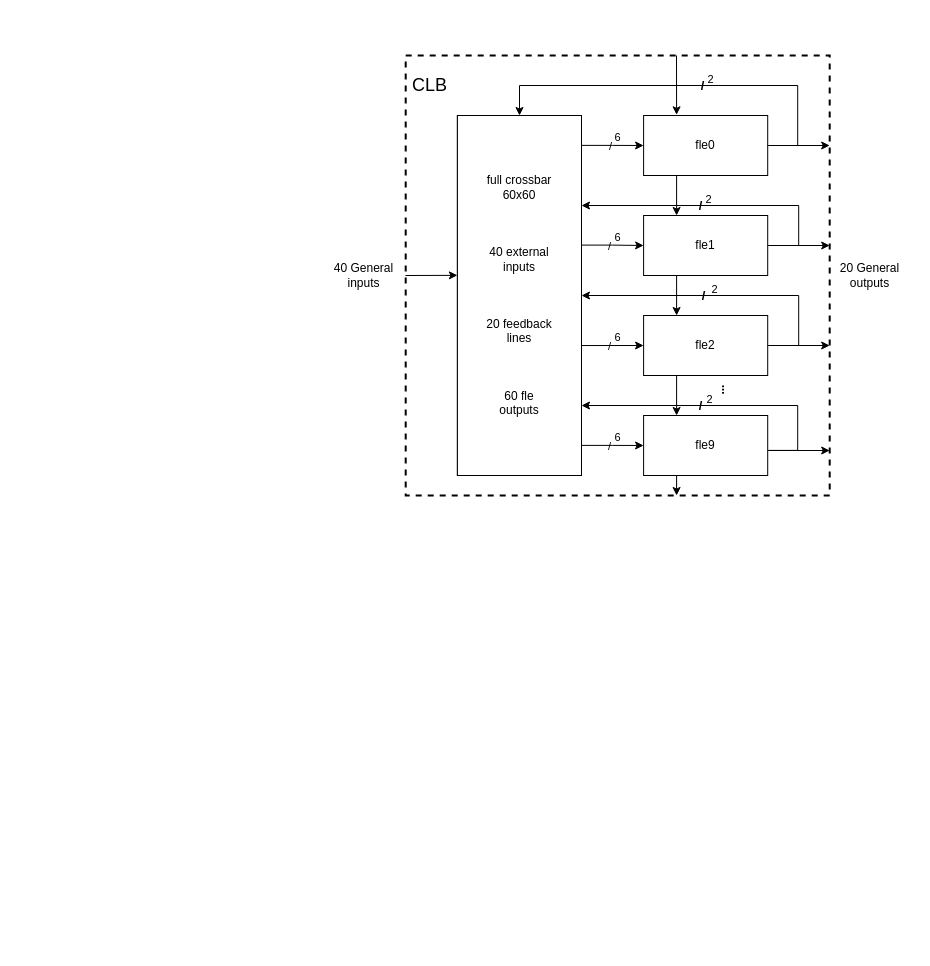
The draw.io diagram efpga/未命名绘图.drawio in narutozxp/iodraw, before the edit. Source tidied: cells renumbered, new cells numbered last; positions are measured from the earlier drawing's top-left corner, leaving out a move shared by most shapes. Both pictures are drawn from the tidied source at 100%, with x=0, y=0 at pixel (307, 55).
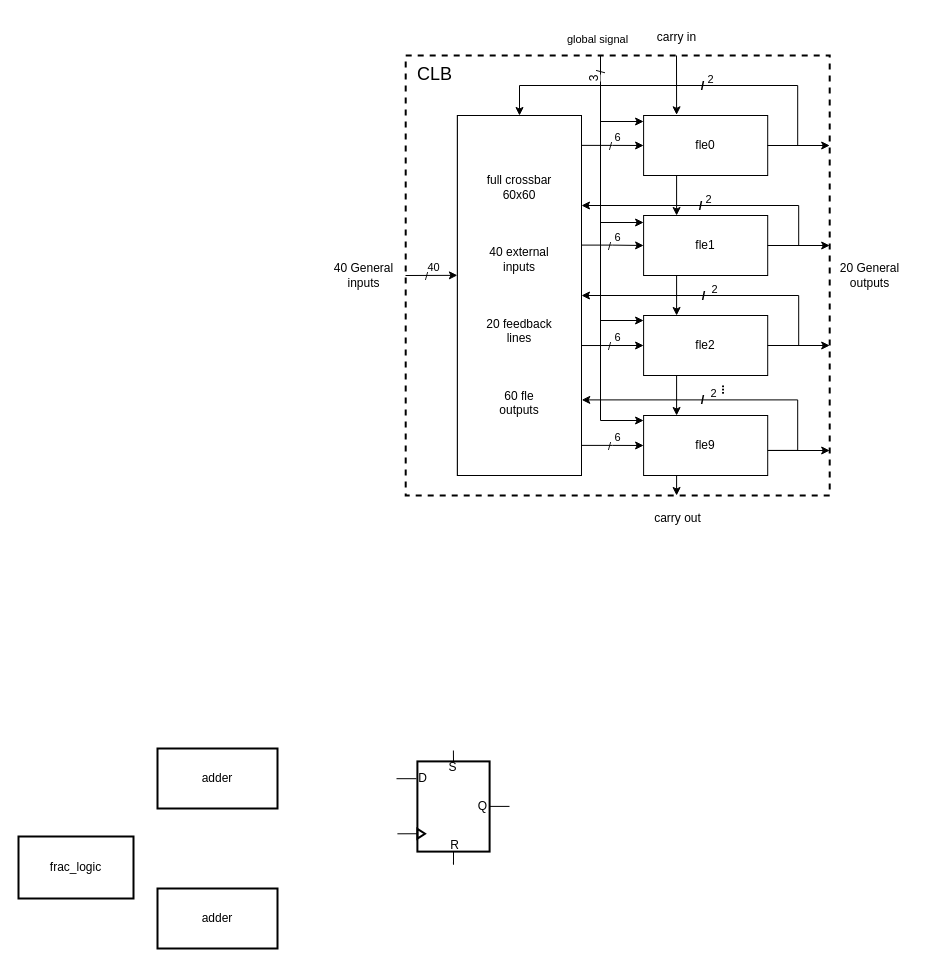
After the change.

Commit message:
更新未命名绘图.drawio

Unchanged cells that the change refers to:
```xml
<mxCell id="3" style="group;fontStyle=0;fontSize=18;strokeWidth=2;fillColor=none;perimeterSpacing=5;strokeColor=default;dashed=1;fontColor=none;noLabel=1;" parent="2" vertex="1">
  <mxGeometry x="98.2" width="424" height="440" as="geometry" />
</mxCell>
<mxCell id="9" value="fle9" style="rounded=0;whiteSpace=wrap;html=1;" parent="3" vertex="1">
  <mxGeometry x="237.9" y="360" width="124.1" height="60" as="geometry" />
</mxCell>
<mxCell id="27" value="full crossbar&lt;br&gt;60x60&lt;br&gt;&lt;br&gt;&lt;br&gt;&lt;br&gt;40 external&lt;br&gt;inputs&lt;br&gt;&lt;br&gt;&lt;br&gt;&lt;br&gt;20 feedback&lt;br&gt;lines&lt;br&gt;&lt;br&gt;&lt;br&gt;&lt;br&gt;60 fle&lt;br&gt;outputs" style="rounded=0;whiteSpace=wrap;html=1;points=[[0,0,0,0,0],[0,0.25,0,0,0],[0,0.5,0,0,0],[0,0.75,0,0,0],[0,1,0,0,0],[0.25,0,0,0,0],[0.25,1,0,0,0],[0.5,0,0,0,0],[0.5,1,0,0,0],[0.75,0,0,0,0],[0.75,1,0,0,0],[1,0,0,0,0],[1,0.2,0,0,0],[1,0.25,0,0,0],[1,0.33,0,0,0],[1,0.4,0,0,0],[1,0.5,0,0,0],[1,0.6,0,0,0],[1,0.67,0,0,0],[1,0.75,0,0,0],[1,0.8,0,0,0],[1,1,0,0,0]];" parent="3" vertex="1">
  <mxGeometry x="51.7" y="60" width="124.1" height="360" as="geometry" />
</mxCell>
```

What changed in the source:
```diff
@@
+    <mxCell id="50" style="group;" parent="1" vertex="1">
+      <mxGeometry x="89" y="695" width="113" height="114" as="geometry" />
+    </mxCell>
+    <mxCell id="51" value="R" style="text;html=1;align=center;verticalAlign=middle;strokeColor=none;fillColor=none;fontSize=12;fontColor=none;" parent="50" vertex="1">
+      <mxGeometry x="43.7" y="81.3" width="28" height="27" as="geometry" />
+    </mxCell>
+    <mxCell id="52" style="triangle;whiteSpace=wrap;html=1;labelBackgroundColor=none;labelBorderColor=none;strokeColor=default;strokeWidth=2;fontSize=12;fontColor=none;fillColor=default;" parent="50" vertex="1">
+      <mxGeometry x="20.9" y="78.3" width="7.6" height="9.9" as="geometry" />
+    </mxCell>
+    <mxCell id="53" value="D" style="text;html=1;align=center;verticalAlign=middle;strokeColor=none;fillColor=none;fontSize=12;fontColor=none;" parent="50" vertex="1">
+      <mxGeometry x="12.3" y="14.9" width="28" height="27" as="geometry" />
+    </mxCell>
+    <mxCell id="54" value="S" style="text;html=1;align=center;verticalAlign=middle;strokeColor=none;fillColor=none;fontSize=12;fontColor=none;" parent="50" vertex="1">
+      <mxGeometry x="42.7" y="3" width="27" height="27" as="geometry" />
+    </mxCell>
+    <mxCell id="55" value="Q" style="text;html=1;align=center;verticalAlign=middle;strokeColor=none;fillColor=none;fontSize=12;fontColor=none;" parent="50" vertex="1">
+      <mxGeometry x="72.2" y="42.6" width="28" height="27" as="geometry" />
+    </mxCell>
+    <mxCell id="56" style="rounded=0;whiteSpace=wrap;html=1;labelBackgroundColor=none;labelBorderColor=none;strokeColor=default;strokeWidth=2;fontSize=12;fontColor=none;fillColor=none;" parent="50" vertex="1">
+      <mxGeometry x="20.9" y="10.9" width="72.2" height="90.2" as="geometry" />
+    </mxCell>
+    <mxCell id="57" style="edgeStyle=none;rounded=0;jettySize=auto;html=0;exitX=0.5;exitY=1;exitDx=0;exitDy=0;labelBorderColor=none;fontSize=12;fontColor=none;startArrow=none;startFill=0;endArrow=none;endFill=0;" parent="50" edge="1" source="56">
+      <mxGeometry relative="1" as="geometry">
+        <mxPoint x="56.9" y="112" as="targetPoint" />
+        <Array as="points">
+          <mxPoint x="57" y="114" />
+        </Array>
+      </mxGeometry>
+    </mxCell>
+    <mxCell id="58" style="rounded=0;jettySize=auto;html=0;exitX=0;exitY=0.5;exitDx=0;exitDy=0;labelBorderColor=none;fontSize=12;fontColor=none;startArrow=none;startFill=0;endArrow=none;endFill=0;" parent="50" edge="1" source="52">
+      <mxGeometry relative="1" as="geometry">
+        <mxPoint x="0.9" y="83.3" as="targetPoint" />
+      </mxGeometry>
+    </mxCell>
+    <mxCell id="59" style="edgeStyle=none;rounded=0;jettySize=auto;html=0;exitX=0.5;exitY=0;exitDx=0;exitDy=0;labelBorderColor=none;fontSize=12;fontColor=none;startArrow=none;startFill=0;endArrow=none;endFill=0;" parent="50" edge="1" source="56">
+      <mxGeometry relative="1" as="geometry">
+        <mxPoint x="56.9" as="targetPoint" />
+      </mxGeometry>
+    </mxCell>
+    <mxCell id="60" style="rounded=0;orthogonalLoop=1;jettySize=auto;html=0;exitX=0;exitY=0.5;exitDx=0;exitDy=0;labelBorderColor=none;fontSize=12;fontColor=none;startArrow=none;startFill=0;endArrow=none;endFill=0;" parent="50" edge="1">
+      <mxGeometry relative="1" as="geometry">
+        <mxPoint x="19.9" y="28.2" as="sourcePoint" />
+        <mxPoint y="28.2" as="targetPoint" />
+      </mxGeometry>
+    </mxCell>
+    <mxCell id="61" style="rounded=0;orthogonalLoop=1;jettySize=auto;html=0;exitX=0;exitY=0.5;exitDx=0;exitDy=0;labelBorderColor=none;fontSize=12;fontColor=none;startArrow=none;startFill=0;endArrow=none;endFill=0;" parent="50" edge="1">
+      <mxGeometry relative="1" as="geometry">
+        <mxPoint x="113" y="55.9" as="sourcePoint" />
+        <mxPoint x="93.1" y="55.9" as="targetPoint" />
+      </mxGeometry>
+    </mxCell>
-    <mxCell id="2" style="group;" parent="1" vertex="1">
+    <mxCell id="2" style="group;horizontal=1;" parent="1" vertex="1">
       <mxGeometry width="605" height="440" as="geometry" />
     </mxCell>
@@
-    <mxCell id="23" style="edgeStyle=orthogonalEdgeStyle;rounded=0;jettySize=auto;entryX=1.008;entryY=0.193;entryDx=0;entryDy=0;entryPerimeter=0;endArrow=classic;endFill=1;startArrow=none;startFill=0;horizontal=1;labelBorderColor=none;verticalAlign=bottom;exitX=1.005;exitY=0.582;exitDx=0;exitDy=0;exitPerimeter=0;" parent="3" edge="1" source="9">
+    <mxCell id="23" style="edgeStyle=orthogonalEdgeStyle;rounded=0;jettySize=auto;entryX=1.002;entryY=0.79;entryDx=0;entryDy=0;entryPerimeter=0;endArrow=classic;endFill=1;startArrow=none;startFill=0;horizontal=1;labelBorderColor=none;verticalAlign=bottom;exitX=1.005;exitY=0.582;exitDx=0;exitDy=0;exitPerimeter=0;" parent="3" edge="1" source="9" target="27">
       <mxGeometry relative="1" as="geometry">
-        <mxPoint x="175.8" y="350" as="targetPoint" />
         <Array as="points">
           <mxPoint x="392" y="395" />
-          <mxPoint x="392" y="350" />
+          <mxPoint x="392" y="344" />
+          <mxPoint x="176" y="344" />
         </Array>
       </mxGeometry>
     </mxCell>
@@
+    <mxCell id="62" style="endArrow=none;html=1;rounded=0;labelBorderColor=none;fontSize=18;fontColor=none;" parent="3" edge="1">
+      <mxGeometry relative="1" as="geometry">
+        <mxPoint x="194.8" y="365" as="sourcePoint" />
+        <mxPoint x="194.8" as="targetPoint" />
+      </mxGeometry>
+    </mxCell>
+    <mxCell id="63" value="/" style="edgeLabel;html=1;align=center;verticalAlign=middle;fontSize=12;fontColor=none;labelBackgroundColor=none;horizontal=0;" parent="62" vertex="1">
+      <mxGeometry x="0.9" relative="1" as="geometry" />
+    </mxCell>
+    <mxCell id="64" value="3" style="edgeLabel;html=1;align=center;verticalAlign=bottom;fontSize=12;fontColor=none;horizontal=0;" parent="62" vertex="1">
+      <mxGeometry x="0.77" y="-1" relative="1" as="geometry">
+        <mxPoint y="-18" as="offset" />
+      </mxGeometry>
+    </mxCell>
+    <mxCell id="65" style="endArrow=classic;html=1;rounded=0;labelBorderColor=none;fontSize=12;fontColor=none;" parent="3" edge="1">
+      <mxGeometry relative="1" as="geometry">
+        <mxPoint x="194.9" y="167" as="sourcePoint" />
+        <mxPoint x="237.9" y="167" as="targetPoint" />
+      </mxGeometry>
+    </mxCell>
+    <mxCell id="66" style="endArrow=classic;html=1;rounded=0;labelBorderColor=none;fontSize=12;fontColor=none;" parent="3" edge="1">
+      <mxGeometry relative="1" as="geometry">
+        <mxPoint x="194.9" y="265" as="sourcePoint" />
+        <mxPoint x="237.9" y="265" as="targetPoint" />
+      </mxGeometry>
+    </mxCell>
+    <mxCell id="67" style="endArrow=classic;html=1;rounded=0;labelBorderColor=none;fontSize=12;fontColor=none;" parent="3" edge="1">
+      <mxGeometry relative="1" as="geometry">
+        <mxPoint x="194.9" y="66" as="sourcePoint" />
+        <mxPoint x="237.9" y="66" as="targetPoint" />
+      </mxGeometry>
+    </mxCell>
+    <mxCell id="68" style="endArrow=classic;html=1;rounded=0;labelBorderColor=none;fontSize=12;fontColor=none;" parent="3" edge="1">
+      <mxGeometry relative="1" as="geometry">
+        <mxPoint x="194.8" y="365" as="sourcePoint" />
+        <mxPoint x="237.9" y="365" as="targetPoint" />
+      </mxGeometry>
+    </mxCell>
+    <mxCell id="69" value="/" style="edgeLabel;html=1;align=center;verticalAlign=middle;labelBackgroundColor=none;" parent="3" vertex="1">
+      <mxGeometry x="19.8" y="220" as="geometry" />
+    </mxCell>
+    <mxCell id="70" value="40" style="edgeLabel;html=1;align=center;verticalAlign=bottom;labelBackgroundColor=none;" parent="3" vertex="1">
+      <mxGeometry x="26.8" y="220" as="geometry" />
+    </mxCell>
+    <mxCell id="48" value="CLB" style="text;html=1;align=center;verticalAlign=middle;strokeColor=none;fillColor=none;fontSize=18;fontColor=none;" parent="3" vertex="1">
+      <mxGeometry x="-1.2" y="-1" width="60" height="40" as="geometry" />
+    </mxCell>
-    <mxCell id="44" value="20 General&lt;br&gt;outputs" style="text;html=1;align=center;verticalAlign=middle;strokeColor=none;fillColor=none;dashed=1;labelBackgroundColor=none;labelBorderColor=none;opacity=0;" parent="2" vertex="1">
-      <mxGeometry x="522.3" y="200" width="80" height="40" as="geometry" />
+    <mxCell id="44" value="&lt;font style=&quot;font-size: 12px;&quot;&gt;20 General&lt;br style=&quot;&quot;&gt;outputs&lt;/font&gt;" style="text;html=1;align=center;verticalAlign=middle;strokeColor=none;fillColor=none;dashed=1;labelBackgroundColor=none;labelBorderColor=none;opacity=0;" parent="2" vertex="1">
+      <mxGeometry x="523.3" y="199" width="78" height="42" as="geometry" />
     </mxCell>
@@
-    <mxCell id="48" value="CLB" style="text;html=1;align=center;verticalAlign=middle;strokeColor=none;fillColor=none;fontSize=18;fontColor=none;" parent="1" vertex="1">
-      <mxGeometry x="92" y="10" width="60" height="40" as="geometry" />
-    </mxCell>
@@
+    <mxCell id="71" value="&lt;font style=&quot;font-size: 12px;&quot;&gt;carry in&lt;/font&gt;" style="text;html=1;align=center;verticalAlign=middle;strokeColor=none;fillColor=none;fontSize=18;fontColor=none;" parent="1" vertex="1">
+      <mxGeometry x="340" y="-38" width="58" height="35" as="geometry" />
+    </mxCell>
+    <mxCell id="72" value="&lt;font style=&quot;font-size: 12px;&quot;&gt;carry out&lt;/font&gt;" style="text;html=1;align=center;verticalAlign=middle;strokeColor=none;fillColor=none;fontSize=18;fontColor=none;" parent="1" vertex="1">
+      <mxGeometry x="336.5" y="443" width="66" height="35" as="geometry" />
+    </mxCell>
+    <mxCell id="73" value="&lt;font style=&quot;font-size: 11px;&quot;&gt;global signal&lt;/font&gt;" style="text;html=1;align=center;verticalAlign=middle;strokeColor=none;fillColor=none;fontSize=18;fontColor=none;" parent="1" vertex="1">
+      <mxGeometry x="247" y="-36" width="86" height="35" as="geometry" />
+    </mxCell>
+    <mxCell id="74" value="frac_logic" style="rounded=0;whiteSpace=wrap;html=1;labelBackgroundColor=none;labelBorderColor=none;strokeColor=default;strokeWidth=2;fontSize=12;fontColor=none;fillColor=default;direction=west;" parent="1" vertex="1">
+      <mxGeometry x="-289" y="781" width="115" height="62" as="geometry" />
+    </mxCell>
+    <mxCell id="75" value="adder" style="rounded=0;whiteSpace=wrap;html=1;labelBackgroundColor=none;labelBorderColor=none;strokeColor=default;strokeWidth=2;fontSize=12;fontColor=none;fillColor=default;" parent="1" vertex="1">
+      <mxGeometry x="-150" y="693" width="120" height="60" as="geometry" />
+    </mxCell>
+    <mxCell id="76" value="adder" style="rounded=0;whiteSpace=wrap;html=1;labelBackgroundColor=none;labelBorderColor=none;strokeColor=default;strokeWidth=2;fontSize=12;fontColor=none;fillColor=default;" parent="1" vertex="1">
+      <mxGeometry x="-150" y="833" width="120" height="60" as="geometry" />
+    </mxCell>
```
